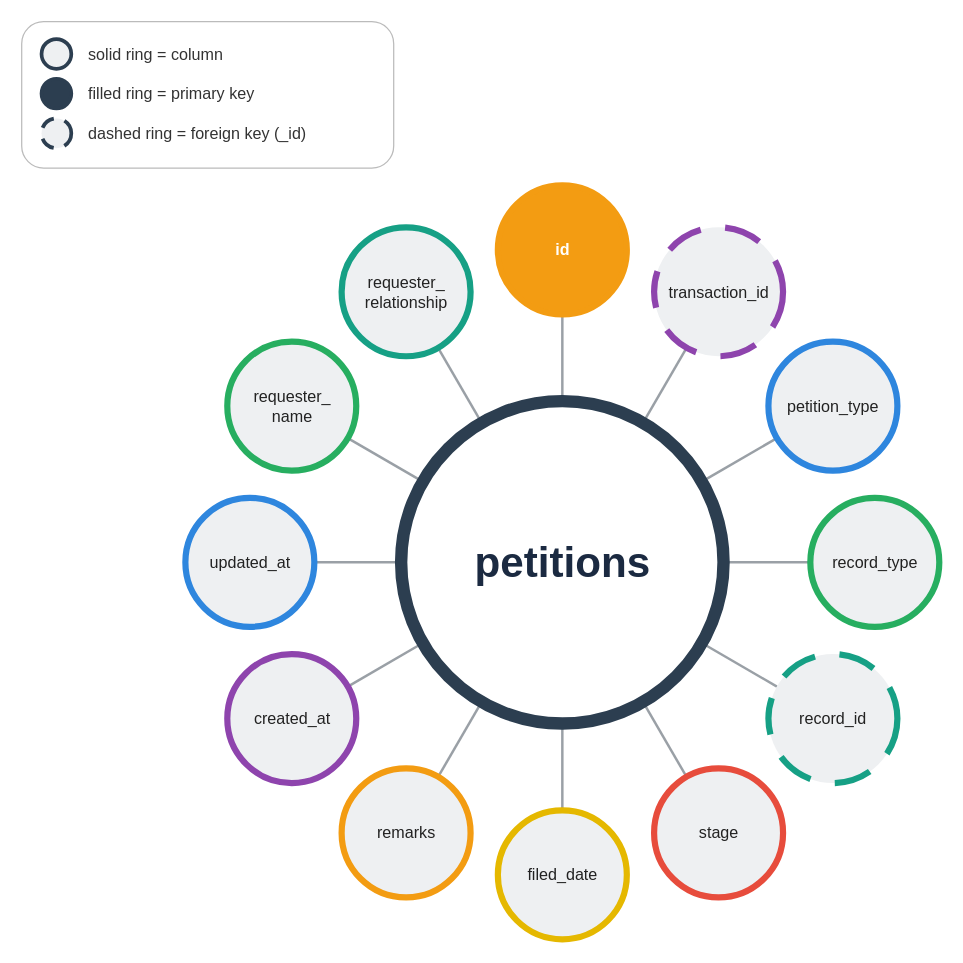
Earlier version of the draw.io diagram page "petitions" (5 of 39) of Docs/CROMS_Data_Entry_Table_Diagrams.drawio (ivanpalogan/CROMS08082026). Source tidied: cells renumbered, new cells numbered last; positions are measured from the earlier drawing's top-left corner, leaving out a move shared by most shapes. Both pictures are drawn from the tidied source at 124%, with x=0, y=0 at pixel (21, 21).
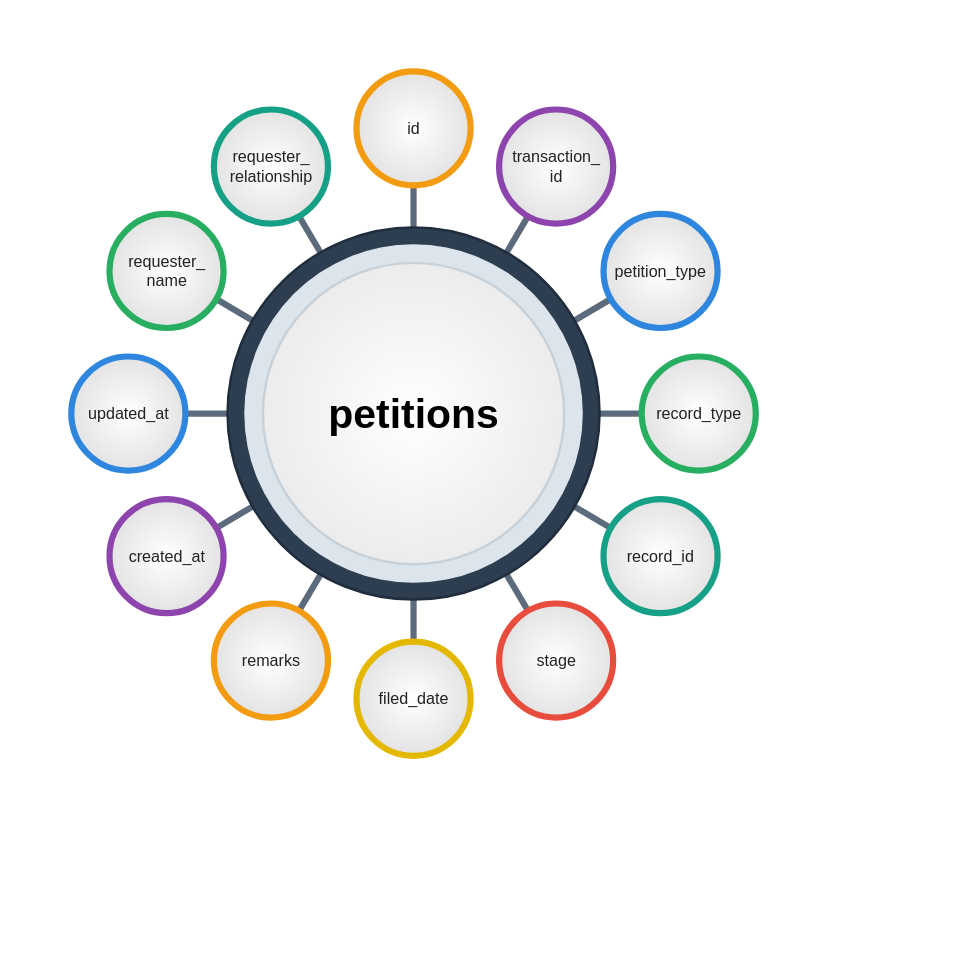
After the change.

Commit message (it also covers changes not shown here):
docs: bubble diagrams in the plain reference look (table name + column names only)

What changed in the source:
```diff
@@
-    <mxCell id="2" style="endArrow=none;startArrow=none;html=1;strokeColor=#9AA0A6;strokeWidth=2;" parent="1" edge="1" source="15" target="14">
+    <mxCell id="2" style="endArrow=none;startArrow=none;html=1;strokeColor=#5B6B7B;strokeWidth=5;" parent="1" edge="1" source="15" target="14">
       <mxGeometry relative="1" as="geometry" />
     </mxCell>
-    <mxCell id="3" style="endArrow=none;startArrow=none;html=1;strokeColor=#9AA0A6;strokeWidth=2;" parent="1" edge="1" source="16" target="14">
+    <mxCell id="3" style="endArrow=none;startArrow=none;html=1;strokeColor=#5B6B7B;strokeWidth=5;" parent="1" edge="1" source="16" target="14">
       <mxGeometry relative="1" as="geometry" />
     </mxCell>
-    <mxCell id="4" style="endArrow=none;startArrow=none;html=1;strokeColor=#9AA0A6;strokeWidth=2;" parent="1" edge="1" source="17" target="14">
+    <mxCell id="4" style="endArrow=none;startArrow=none;html=1;strokeColor=#5B6B7B;strokeWidth=5;" parent="1" edge="1" source="17" target="14">
       <mxGeometry relative="1" as="geometry" />
     </mxCell>
-    <mxCell id="5" style="endArrow=none;startArrow=none;html=1;strokeColor=#9AA0A6;strokeWidth=2;" parent="1" edge="1" source="18" target="14">
+    <mxCell id="5" style="endArrow=none;startArrow=none;html=1;strokeColor=#5B6B7B;strokeWidth=5;" parent="1" edge="1" source="18" target="14">
       <mxGeometry relative="1" as="geometry" />
     </mxCell>
-    <mxCell id="6" style="endArrow=none;startArrow=none;html=1;strokeColor=#9AA0A6;strokeWidth=2;" parent="1" edge="1" source="19" target="14">
+    <mxCell id="6" style="endArrow=none;startArrow=none;html=1;strokeColor=#5B6B7B;strokeWidth=5;" parent="1" edge="1" source="19" target="14">
       <mxGeometry relative="1" as="geometry" />
     </mxCell>
-    <mxCell id="7" style="endArrow=none;startArrow=none;html=1;strokeColor=#9AA0A6;strokeWidth=2;" parent="1" edge="1" source="20" target="14">
+    <mxCell id="7" style="endArrow=none;startArrow=none;html=1;strokeColor=#5B6B7B;strokeWidth=5;" parent="1" edge="1" source="20" target="14">
       <mxGeometry relative="1" as="geometry" />
     </mxCell>
-    <mxCell id="8" style="endArrow=none;startArrow=none;html=1;strokeColor=#9AA0A6;strokeWidth=2;" parent="1" edge="1" source="21" target="14">
+    <mxCell id="8" style="endArrow=none;startArrow=none;html=1;strokeColor=#5B6B7B;strokeWidth=5;" parent="1" edge="1" source="21" target="14">
       <mxGeometry relative="1" as="geometry" />
     </mxCell>
-    <mxCell id="9" style="endArrow=none;startArrow=none;html=1;strokeColor=#9AA0A6;strokeWidth=2;" parent="1" edge="1" source="22" target="14">
+    <mxCell id="9" style="endArrow=none;startArrow=none;html=1;strokeColor=#5B6B7B;strokeWidth=5;" parent="1" edge="1" source="22" target="14">
       <mxGeometry relative="1" as="geometry" />
     </mxCell>
-    <mxCell id="10" style="endArrow=none;startArrow=none;html=1;strokeColor=#9AA0A6;strokeWidth=2;" parent="1" edge="1" source="23" target="14">
+    <mxCell id="10" style="endArrow=none;startArrow=none;html=1;strokeColor=#5B6B7B;strokeWidth=5;" parent="1" edge="1" source="23" target="14">
       <mxGeometry relative="1" as="geometry" />
     </mxCell>
-    <mxCell id="11" style="endArrow=none;startArrow=none;html=1;strokeColor=#9AA0A6;strokeWidth=2;" parent="1" edge="1" source="24" target="14">
+    <mxCell id="11" style="endArrow=none;startArrow=none;html=1;strokeColor=#5B6B7B;strokeWidth=5;" parent="1" edge="1" source="24" target="14">
       <mxGeometry relative="1" as="geometry" />
     </mxCell>
-    <mxCell id="12" style="endArrow=none;startArrow=none;html=1;strokeColor=#9AA0A6;strokeWidth=2;" parent="1" edge="1" source="25" target="14">
+    <mxCell id="12" style="endArrow=none;startArrow=none;html=1;strokeColor=#5B6B7B;strokeWidth=5;" parent="1" edge="1" source="25" target="14">
       <mxGeometry relative="1" as="geometry" />
     </mxCell>
-    <mxCell id="13" style="endArrow=none;startArrow=none;html=1;strokeColor=#9AA0A6;strokeWidth=2;" parent="1" edge="1" source="26" target="14">
+    <mxCell id="13" style="endArrow=none;startArrow=none;html=1;strokeColor=#5B6B7B;strokeWidth=5;" parent="1" edge="1" source="26" target="14">
       <mxGeometry relative="1" as="geometry" />
     </mxCell>
-    <mxCell id="14" value="petitions" style="ellipse;whiteSpace=nowrap;html=1;fontFamily=Arial;fontSize=34;fontStyle=1;fontColor=#1B2A41;fillColor=#FFFFFF;strokeColor=#2C3E50;strokeWidth=10;align=center;verticalAlign=middle;" parent="1" vertex="1">
-      <mxGeometry x="306" y="306" width="260" height="260" as="geometry" />
+    <mxCell id="14" style="ellipse;whiteSpace=nowrap;html=1;fillColor=#2C3E50;strokeColor=#1F2D3D;strokeWidth=2;" parent="1" vertex="1">
+      <mxGeometry x="166" y="166" width="300" height="300" as="geometry" />
     </mxCell>
+    <mxCell id="34" style="ellipse;whiteSpace=nowrap;html=1;fillColor=#DDE5EC;strokeColor=none;" parent="1" vertex="1">
+      <mxGeometry x="179.5" y="179.5" width="273" height="273" as="geometry" />
+    </mxCell>
+    <mxCell id="35" value="petitions" style="ellipse;whiteSpace=nowrap;html=1;fontFamily=Arial;fontSize=33;fontStyle=1;fontColor=#000000;fillColor=#FFFFFF;gradientColor=#ECECEC;gradientDirection=radial;strokeColor=#C9D1D8;strokeWidth=2;align=center;verticalAlign=middle;" parent="1" vertex="1">
+      <mxGeometry x="194.5" y="194.5" width="243" height="243" as="geometry" />
+    </mxCell>
-    <mxCell id="15" value="id" style="ellipse;whiteSpace=nowrap;html=1;fontFamily=Arial;fontSize=13;align=center;verticalAlign=middle;spacing=0;strokeWidth=5;fillColor=#F39C12;strokeColor=#F39C12;fontColor=#FFFFFF;fontStyle=1;" parent="1" vertex="1">
-      <mxGeometry x="384" y="132" width="104" height="104" as="geometry" />
+    <mxCell id="15" value="id" style="ellipse;whiteSpace=nowrap;html=1;fontFamily=Arial;fontSize=13;align=center;verticalAlign=middle;spacing=0;strokeWidth=5;fontColor=#222222;fillColor=#FFFFFF;gradientColor=#E3E3E3;gradientDirection=radial;strokeColor=#F39C12;" parent="1" vertex="1">
+      <mxGeometry x="270" y="40" width="92" height="92" as="geometry" />
     </mxCell>
-    <mxCell id="16" value="transaction_id" style="ellipse;whiteSpace=nowrap;html=1;fontFamily=Arial;fontSize=13;align=center;verticalAlign=middle;spacing=0;strokeWidth=5;fillColor=#EEF0F2;strokeColor=#8E44AD;fontColor=#222222;dashed=1;dashPattern=6 4;" parent="1" vertex="1">
-      <mxGeometry x="510" y="165.8" width="104" height="104" as="geometry" />
+    <mxCell id="16" value="transaction_&lt;br&gt;id" style="ellipse;whiteSpace=nowrap;html=1;fontFamily=Arial;fontSize=13;align=center;verticalAlign=middle;spacing=0;strokeWidth=5;fontColor=#222222;fillColor=#FFFFFF;gradientColor=#E3E3E3;gradientDirection=radial;strokeColor=#8E44AD;" parent="1" vertex="1">
+      <mxGeometry x="385" y="70.8" width="92" height="92" as="geometry" />
     </mxCell>
-    <mxCell id="17" value="petition_type" style="ellipse;whiteSpace=nowrap;html=1;fontFamily=Arial;fontSize=13;align=center;verticalAlign=middle;spacing=0;strokeWidth=5;fillColor=#EEF0F2;strokeColor=#2E86DE;fontColor=#222222;" parent="1" vertex="1">
-      <mxGeometry x="602.2" y="258" width="104" height="104" as="geometry" />
+    <mxCell id="17" value="petition_type" style="ellipse;whiteSpace=nowrap;html=1;fontFamily=Arial;fontSize=13;align=center;verticalAlign=middle;spacing=0;strokeWidth=5;fontColor=#222222;fillColor=#FFFFFF;gradientColor=#E3E3E3;gradientDirection=radial;strokeColor=#2E86DE;" parent="1" vertex="1">
+      <mxGeometry x="469.2" y="155" width="92" height="92" as="geometry" />
     </mxCell>
-    <mxCell id="18" value="record_type" style="ellipse;whiteSpace=nowrap;html=1;fontFamily=Arial;fontSize=13;align=center;verticalAlign=middle;spacing=0;strokeWidth=5;fillColor=#EEF0F2;strokeColor=#27AE60;fontColor=#222222;" parent="1" vertex="1">
-      <mxGeometry x="636" y="384" width="104" height="104" as="geometry" />
+    <mxCell id="18" value="record_type" style="ellipse;whiteSpace=nowrap;html=1;fontFamily=Arial;fontSize=13;align=center;verticalAlign=middle;spacing=0;strokeWidth=5;fontColor=#222222;fillColor=#FFFFFF;gradientColor=#E3E3E3;gradientDirection=radial;strokeColor=#27AE60;" parent="1" vertex="1">
+      <mxGeometry x="500" y="270" width="92" height="92" as="geometry" />
     </mxCell>
-    <mxCell id="19" value="record_id" style="ellipse;whiteSpace=nowrap;html=1;fontFamily=Arial;fontSize=13;align=center;verticalAlign=middle;spacing=0;strokeWidth=5;fillColor=#EEF0F2;strokeColor=#16A085;fontColor=#222222;dashed=1;dashPattern=6 4;" parent="1" vertex="1">
-      <mxGeometry x="602.2" y="510" width="104" height="104" as="geometry" />
+    <mxCell id="19" value="record_id" style="ellipse;whiteSpace=nowrap;html=1;fontFamily=Arial;fontSize=13;align=center;verticalAlign=middle;spacing=0;strokeWidth=5;fontColor=#222222;fillColor=#FFFFFF;gradientColor=#E3E3E3;gradientDirection=radial;strokeColor=#16A085;" parent="1" vertex="1">
+      <mxGeometry x="469.2" y="385" width="92" height="92" as="geometry" />
     </mxCell>
-    <mxCell id="20" value="stage" style="ellipse;whiteSpace=nowrap;html=1;fontFamily=Arial;fontSize=13;align=center;verticalAlign=middle;spacing=0;strokeWidth=5;fillColor=#EEF0F2;strokeColor=#E74C3C;fontColor=#222222;" parent="1" vertex="1">
-      <mxGeometry x="510" y="602.2" width="104" height="104" as="geometry" />
+    <mxCell id="20" value="stage" style="ellipse;whiteSpace=nowrap;html=1;fontFamily=Arial;fontSize=13;align=center;verticalAlign=middle;spacing=0;strokeWidth=5;fontColor=#222222;fillColor=#FFFFFF;gradientColor=#E3E3E3;gradientDirection=radial;strokeColor=#E74C3C;" parent="1" vertex="1">
+      <mxGeometry x="385" y="469.2" width="92" height="92" as="geometry" />
     </mxCell>
-    <mxCell id="21" value="filed_date" style="ellipse;whiteSpace=nowrap;html=1;fontFamily=Arial;fontSize=13;align=center;verticalAlign=middle;spacing=0;strokeWidth=5;fillColor=#EEF0F2;strokeColor=#E5B800;fontColor=#222222;" parent="1" vertex="1">
-      <mxGeometry x="384" y="636" width="104" height="104" as="geometry" />
+    <mxCell id="21" value="filed_date" style="ellipse;whiteSpace=nowrap;html=1;fontFamily=Arial;fontSize=13;align=center;verticalAlign=middle;spacing=0;strokeWidth=5;fontColor=#222222;fillColor=#FFFFFF;gradientColor=#E3E3E3;gradientDirection=radial;strokeColor=#E5B800;" parent="1" vertex="1">
+      <mxGeometry x="270" y="500" width="92" height="92" as="geometry" />
     </mxCell>
-    <mxCell id="22" value="remarks" style="ellipse;whiteSpace=nowrap;html=1;fontFamily=Arial;fontSize=13;align=center;verticalAlign=middle;spacing=0;strokeWidth=5;fillColor=#EEF0F2;strokeColor=#F39C12;fontColor=#222222;" parent="1" vertex="1">
-      <mxGeometry x="258" y="602.2" width="104" height="104" as="geometry" />
+    <mxCell id="22" value="remarks" style="ellipse;whiteSpace=nowrap;html=1;fontFamily=Arial;fontSize=13;align=center;verticalAlign=middle;spacing=0;strokeWidth=5;fontColor=#222222;fillColor=#FFFFFF;gradientColor=#E3E3E3;gradientDirection=radial;strokeColor=#F39C12;" parent="1" vertex="1">
+      <mxGeometry x="155" y="469.2" width="92" height="92" as="geometry" />
     </mxCell>
-    <mxCell id="23" value="created_at" style="ellipse;whiteSpace=nowrap;html=1;fontFamily=Arial;fontSize=13;align=center;verticalAlign=middle;spacing=0;strokeWidth=5;fillColor=#EEF0F2;strokeColor=#8E44AD;fontColor=#222222;" parent="1" vertex="1">
-      <mxGeometry x="165.8" y="510" width="104" height="104" as="geometry" />
+    <mxCell id="23" value="created_at" style="ellipse;whiteSpace=nowrap;html=1;fontFamily=Arial;fontSize=13;align=center;verticalAlign=middle;spacing=0;strokeWidth=5;fontColor=#222222;fillColor=#FFFFFF;gradientColor=#E3E3E3;gradientDirection=radial;strokeColor=#8E44AD;" parent="1" vertex="1">
+      <mxGeometry x="70.8" y="385" width="92" height="92" as="geometry" />
     </mxCell>
-    <mxCell id="24" value="updated_at" style="ellipse;whiteSpace=nowrap;html=1;fontFamily=Arial;fontSize=13;align=center;verticalAlign=middle;spacing=0;strokeWidth=5;fillColor=#EEF0F2;strokeColor=#2E86DE;fontColor=#222222;" parent="1" vertex="1">
-      <mxGeometry x="132" y="384" width="104" height="104" as="geometry" />
+    <mxCell id="24" value="updated_at" style="ellipse;whiteSpace=nowrap;html=1;fontFamily=Arial;fontSize=13;align=center;verticalAlign=middle;spacing=0;strokeWidth=5;fontColor=#222222;fillColor=#FFFFFF;gradientColor=#E3E3E3;gradientDirection=radial;strokeColor=#2E86DE;" parent="1" vertex="1">
+      <mxGeometry x="40" y="270" width="92" height="92" as="geometry" />
     </mxCell>
-    <mxCell id="25" value="requester_&lt;br&gt;name" style="ellipse;whiteSpace=nowrap;html=1;fontFamily=Arial;fontSize=13;align=center;verticalAlign=middle;spacing=0;strokeWidth=5;fillColor=#EEF0F2;strokeColor=#27AE60;fontColor=#222222;" parent="1" vertex="1">
-      <mxGeometry x="165.8" y="258" width="104" height="104" as="geometry" />
+    <mxCell id="25" value="requester_&lt;br&gt;name" style="ellipse;whiteSpace=nowrap;html=1;fontFamily=Arial;fontSize=13;align=center;verticalAlign=middle;spacing=0;strokeWidth=5;fontColor=#222222;fillColor=#FFFFFF;gradientColor=#E3E3E3;gradientDirection=radial;strokeColor=#27AE60;" parent="1" vertex="1">
+      <mxGeometry x="70.8" y="155" width="92" height="92" as="geometry" />
     </mxCell>
-    <mxCell id="26" value="requester_&lt;br&gt;relationship" style="ellipse;whiteSpace=nowrap;html=1;fontFamily=Arial;fontSize=13;align=center;verticalAlign=middle;spacing=0;strokeWidth=5;fillColor=#EEF0F2;strokeColor=#16A085;fontColor=#222222;" parent="1" vertex="1">
-      <mxGeometry x="258" y="165.8" width="104" height="104" as="geometry" />
+    <mxCell id="26" value="requester_&lt;br&gt;relationship" style="ellipse;whiteSpace=nowrap;html=1;fontFamily=Arial;fontSize=13;align=center;verticalAlign=middle;spacing=0;strokeWidth=5;fontColor=#222222;fillColor=#FFFFFF;gradientColor=#E3E3E3;gradientDirection=radial;strokeColor=#16A085;" parent="1" vertex="1">
+      <mxGeometry x="155" y="70.8" width="92" height="92" as="geometry" />
     </mxCell>
-    <mxCell id="27" style="rounded=1;whiteSpace=wrap;html=1;fillColor=#FFFFFF;strokeColor=#BBBBBB;" parent="1" vertex="1">
-      <mxGeometry width="300" height="118" as="geometry" />
-    </mxCell>
-    <mxCell id="28" style="ellipse;html=1;strokeWidth=3;strokeColor=#2C3E50;fillColor=#EEF0F2;" parent="1" vertex="1">
-      <mxGeometry x="16" y="14" width="24" height="24" as="geometry" />
-    </mxCell>
-    <mxCell id="29" value="solid ring = column" style="text;html=1;align=left;verticalAlign=middle;fontFamily=Arial;fontSize=13;fontColor=#333333;" parent="1" vertex="1">
-      <mxGeometry x="52" y="14" width="236" height="24" as="geometry" />
-    </mxCell>
-    <mxCell id="30" style="ellipse;html=1;strokeWidth=3;strokeColor=#2C3E50;fillColor=#2C3E50;" parent="1" vertex="1">
-      <mxGeometry x="16" y="46" width="24" height="24" as="geometry" />
-    </mxCell>
-    <mxCell id="31" value="filled ring = primary key" style="text;html=1;align=left;verticalAlign=middle;fontFamily=Arial;fontSize=13;fontColor=#333333;" parent="1" vertex="1">
-      <mxGeometry x="52" y="46" width="236" height="24" as="geometry" />
-    </mxCell>
-    <mxCell id="32" style="ellipse;html=1;strokeWidth=3;strokeColor=#2C3E50;fillColor=#EEF0F2;dashed=1;dashPattern=4 3;" parent="1" vertex="1">
-      <mxGeometry x="16" y="78" width="24" height="24" as="geometry" />
-    </mxCell>
-    <mxCell id="33" value="dashed ring = foreign key (_id)" style="text;html=1;align=left;verticalAlign=middle;fontFamily=Arial;fontSize=13;fontColor=#333333;" parent="1" vertex="1">
-      <mxGeometry x="52" y="78" width="236" height="24" as="geometry" />
-    </mxCell>
```
